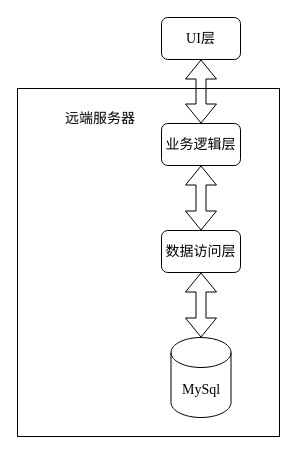
jixiuy/DrawIO keeps this draw.io diagram as 云听模块.drawio. Above is the earlier version. Source tidied: cells renumbered, new cells numbered last; positions are measured from the earlier drawing's top-left corner, leaving out a move shared by most shapes. Both pictures are drawn from the tidied source at 100%, with x=0, y=0 at pixel (17, 17).
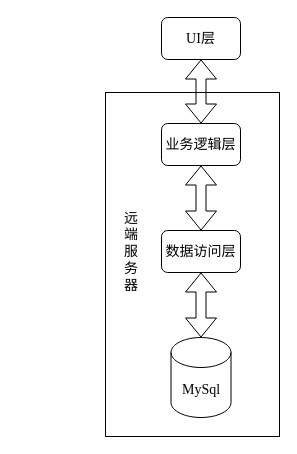
The same page after the edit.

Commit message:
总计架构图.png

Diff of the diagram source:
```diff
@@
 <mxGraphModel>
   <root>
     <mxCell id="0" />
     <mxCell id="1" parent="0" />
     <mxCell id="2" style="rounded=0;whiteSpace=wrap;html=1;fontFamily=Times New Roman;" parent="1" vertex="1">
-      <mxGeometry y="71" width="262" height="348" as="geometry" />
+      <mxGeometry x="88" y="75" width="174" height="344" as="geometry" />
     </mxCell>
     <mxCell id="3" value="&lt;font face=&quot;Times New Roman&quot;&gt;UI&lt;/font&gt;&lt;font face=&quot;宋体&quot;&gt;层&lt;/font&gt;" style="rounded=1;whiteSpace=wrap;html=1;fontFamily=Times New Roman;fontSize=14;" parent="1" vertex="1">
       <mxGeometry x="144" width="79" height="42" as="geometry" />
     </mxCell>
     <mxCell id="4" value="业务逻辑层" style="rounded=1;whiteSpace=wrap;html=1;fontFamily=宋体;fontSize=14;" parent="1" vertex="1">
       <mxGeometry x="144" y="106" width="79" height="42" as="geometry" />
     </mxCell>
     <mxCell id="5" value="数据访问层" style="rounded=1;whiteSpace=wrap;html=1;fontFamily=宋体;fontSize=14;" parent="1" vertex="1">
       <mxGeometry x="144" y="213" width="79" height="42" as="geometry" />
     </mxCell>
     <mxCell id="6" value="&lt;font style=&quot;font-size: 14px;&quot;&gt;MySql&lt;/font&gt;" style="shape=cylinder3;whiteSpace=wrap;html=1;boundedLbl=1;backgroundOutline=1;size=15;fontFamily=Times New Roman;" parent="1" vertex="1">
       <mxGeometry x="153.5" y="320" width="60" height="80" as="geometry" />
     </mxCell>
-    <mxCell id="7" value="&lt;font style=&quot;font-size: 14px;&quot;&gt;远端服务器&lt;/font&gt;" style="text;html=1;align=center;verticalAlign=middle;whiteSpace=wrap;rounded=0;fontFamily=宋体;" parent="1" vertex="1">
-      <mxGeometry x="41" y="86" width="84" height="30" as="geometry" />
+    <mxCell id="7" value="&lt;font style=&quot;font-size: 14px;&quot;&gt;远端服务器&lt;/font&gt;" style="text;html=1;align=center;verticalAlign=middle;whiteSpace=wrap;rounded=0;fontFamily=宋体;flipV=1;" parent="1" vertex="1">
+      <mxGeometry x="104" y="192" width="20" height="84" as="geometry" />
     </mxCell>
     <mxCell id="8" style="shape=flexArrow;endArrow=classic;startArrow=classic;html=1;rounded=0;entryX=0.5;entryY=1;entryDx=0;entryDy=0;exitX=0.5;exitY=0;exitDx=0;exitDy=0;" parent="1" edge="1" source="4" target="3">
       <mxGeometry relative="1" as="geometry" />
     </mxCell>
     <mxCell id="9" style="shape=flexArrow;endArrow=classic;startArrow=classic;html=1;rounded=0;entryX=0.5;entryY=1;entryDx=0;entryDy=0;exitX=0.5;exitY=0;exitDx=0;exitDy=0;" parent="1" edge="1" source="5" target="4">
       <mxGeometry relative="1" as="geometry" />
     </mxCell>
     <mxCell id="10" style="shape=flexArrow;endArrow=classic;startArrow=classic;html=1;rounded=0;exitX=0.5;exitY=0;exitDx=0;exitDy=0;exitPerimeter=0;entryX=0.5;entryY=1;entryDx=0;entryDy=0;" parent="1" edge="1" source="6" target="5">
       <mxGeometry relative="1" as="geometry" />
     </mxCell>
   </root>
 </mxGraphModel>
```
